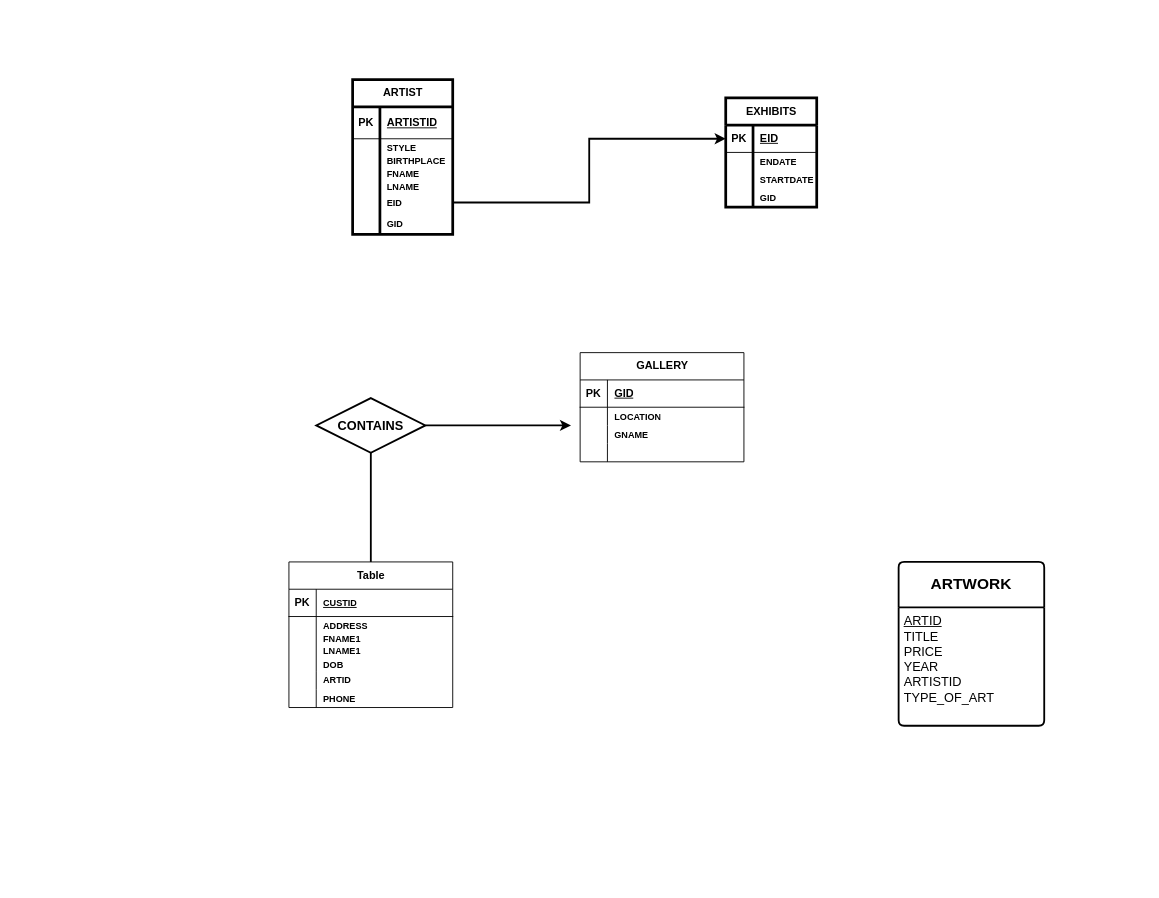
lalitdhimanth/4sem keeps this draw.io diagram as NEWDiagram.drawio. Above is the earlier version. Source tidied: cells renumbered, new cells numbered last; positions are measured from the earlier drawing's top-left corner, leaving out a move shared by most shapes. Both pictures are drawn from the tidied source at 91%, with x=0, y=0 at pixel (243, 15).
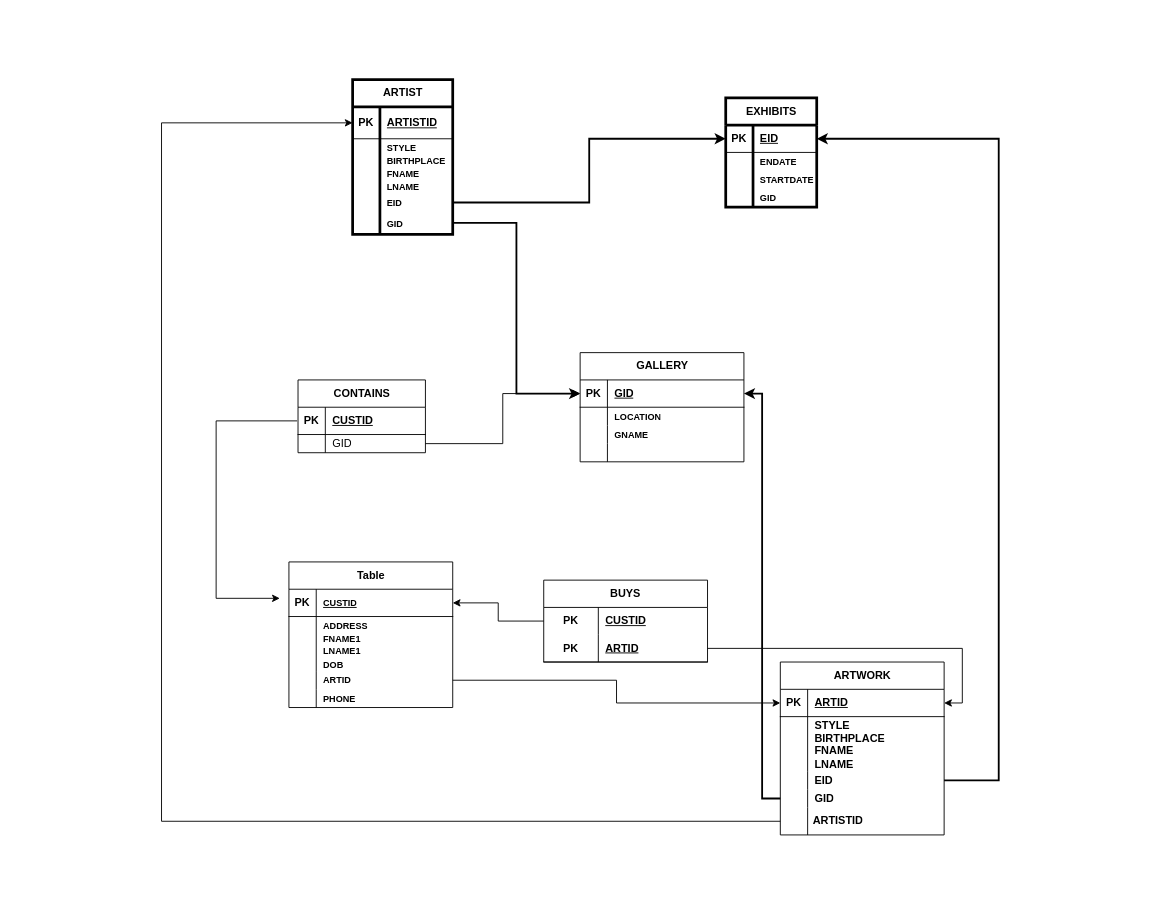
The same page after the edit.

Unchanged cells that the change refers to:
```xml
<mxCell id="9" style="shape=tableRow;horizontal=0;startSize=0;swimlaneHead=0;swimlaneBody=0;fillColor=none;points=[[0,0.5],[1,0.5]];portConstraint=eastwest;top=0;left=0;right=0;bottom=1;" parent="8" vertex="1">
  <mxGeometry y="30" width="110" height="35" as="geometry" />
</mxCell>
<mxCell id="18" style="shape=tableRow;horizontal=0;startSize=0;swimlaneHead=0;swimlaneBody=0;fillColor=none;points=[[0,0.5],[1,0.5]];portConstraint=eastwest;top=0;left=0;right=0;bottom=0;" parent="8" vertex="1">
  <mxGeometry y="145" width="110" height="25" as="geometry" />
</mxCell>
<mxCell id="22" style="shape=tableRow;horizontal=0;startSize=0;swimlaneHead=0;swimlaneBody=0;fillColor=none;points=[[0,0.5],[1,0.5]];portConstraint=eastwest;top=0;left=0;right=0;bottom=1;" parent="21" vertex="1">
  <mxGeometry y="30" width="100" height="30" as="geometry" />
</mxCell>
<mxCell id="36" style="shape=tableRow;horizontal=0;startSize=0;swimlaneHead=0;swimlaneBody=0;fillColor=none;points=[[0,0.5],[1,0.5]];portConstraint=eastwest;top=0;left=0;right=0;bottom=1;" parent="35" vertex="1">
  <mxGeometry y="30" width="180" height="30" as="geometry" />
</mxCell>
<mxCell id="49" style="shape=tableRow;horizontal=0;startSize=0;swimlaneHead=0;swimlaneBody=0;fillColor=none;points=[[0,0.5],[1,0.5]];portConstraint=eastwest;top=0;left=0;right=0;bottom=1;" parent="48" vertex="1">
  <mxGeometry y="30" width="180" height="30" as="geometry" />
</mxCell>
<mxCell id="55" style="shape=tableRow;horizontal=0;startSize=0;swimlaneHead=0;swimlaneBody=0;fillColor=none;points=[[0,0.5],[1,0.5]];portConstraint=eastwest;top=0;left=0;right=0;bottom=0;" parent="48" vertex="1">
  <mxGeometry y="120" width="180" height="20" as="geometry" />
</mxCell>
```

What changed in the source:
```diff
@@
-<mxGraphModel>
+<mxGraphModel background="#ffffff">
@@
-    <mxCell id="2" style="edgeStyle=orthogonalEdgeStyle;rounded=0;jettySize=auto;html=1;entryX=0;entryY=0.5;entryDx=0;entryDy=0;strokeWidth=2;" parent="1" edge="1" source="3">
-      <mxGeometry relative="1" as="geometry">
-        <mxPoint x="360" y="450" as="targetPoint" />
-      </mxGeometry>
-    </mxCell>
-    <mxCell id="3" value="&lt;font style=&quot;font-size: 14px;&quot;&gt;&lt;b&gt;CONTAINS&lt;/b&gt;&lt;/font&gt;" style="shape=rhombus;perimeter=rhombusPerimeter;whiteSpace=wrap;html=1;align=center;strokeWidth=2;" parent="1" vertex="1">
-      <mxGeometry x="80" y="420" width="120" height="60" as="geometry" />
-    </mxCell>
-    <mxCell id="4" value="&lt;font style=&quot;font-size: 17px;&quot;&gt;&lt;b&gt;ARTWORK&lt;/b&gt;&lt;/font&gt;" style="swimlane;horizontal=1;startSize=50;rounded=1;fontSize=14;fontStyle=0;strokeWidth=2;shadow=0;dashed=0;align=center;arcSize=4;whiteSpace=wrap;html=1;" parent="1" vertex="1">
-      <mxGeometry x="720" y="600" width="160" height="180" as="geometry" />
-    </mxCell>
-    <mxCell id="5" value="&lt;span style=&quot;font-size: 14px;&quot;&gt;&lt;u&gt;ARTID&lt;/u&gt;&lt;/span&gt;&lt;div&gt;&lt;span style=&quot;font-size: 14px;&quot;&gt;TITLE&lt;/span&gt;&lt;/div&gt;&lt;div&gt;&lt;span style=&quot;font-size: 14px;&quot;&gt;PRICE&lt;/span&gt;&lt;/div&gt;&lt;div&gt;&lt;span style=&quot;font-size: 14px;&quot;&gt;YEAR&lt;/span&gt;&lt;/div&gt;&lt;div&gt;&lt;span style=&quot;font-size: 14px;&quot;&gt;ARTISTID&lt;/span&gt;&lt;/div&gt;&lt;div&gt;&lt;span style=&quot;font-size: 14px;&quot;&gt;TYPE_OF_ART&lt;/span&gt;&lt;/div&gt;" style="align=left;strokeColor=none;fillColor=none;spacingLeft=4;fontSize=12;verticalAlign=top;html=1;" parent="4" vertex="1">
-      <mxGeometry y="50" width="160" height="130" as="geometry" />
-    </mxCell>
-    <mxCell id="6" style="endArrow=none;html=1;rounded=0;entryX=0.5;entryY=0;entryDx=0;entryDy=0;exitX=0.5;exitY=1;exitDx=0;exitDy=0;strokeWidth=2;" parent="1" edge="1" source="3">
-      <mxGeometry relative="1" as="geometry">
-        <mxPoint x="140" y="600" as="targetPoint" />
-      </mxGeometry>
-    </mxCell>
@@
+    <mxCell id="4" value="ARTWORK" style="shape=table;startSize=30;childLayout=tableLayout;rowLines=0;fontStyle=1;align=center;html=1;" parent="1" vertex="1">
+      <mxGeometry x="590" y="710" width="180" height="190" as="geometry" />
+    </mxCell>
+    <mxCell id="61" style="shape=tableRow;horizontal=0;startSize=0;swimlaneHead=0;swimlaneBody=0;fillColor=none;points=[[0,0.5],[1,0.5]];portConstraint=eastwest;top=0;left=0;right=0;bottom=1;" parent="4" vertex="1">
+      <mxGeometry y="30" width="180" height="30" as="geometry" />
+    </mxCell>
+    <mxCell id="62" value="PK" style="shape=partialRectangle;fillColor=none;top=0;left=0;bottom=0;right=0;fontStyle=1;overflow=hidden;whiteSpace=wrap;html=1;" parent="61" vertex="1">
+      <mxGeometry width="30" height="30" as="geometry" />
+    </mxCell>
+    <mxCell id="63" value="ARTID" style="shape=partialRectangle;fillColor=none;top=0;left=0;bottom=0;right=0;align=left;spacingLeft=6;fontStyle=5;overflow=hidden;whiteSpace=wrap;html=1;" parent="61" vertex="1">
+      <mxGeometry x="30" width="150" height="30" as="geometry" />
+    </mxCell>
+    <mxCell id="64" style="shape=tableRow;horizontal=0;startSize=0;swimlaneHead=0;swimlaneBody=0;fillColor=none;top=0;left=0;right=0;bottom=0;" parent="4" vertex="1">
+      <mxGeometry y="60" width="180" height="60" as="geometry" />
+    </mxCell>
+    <mxCell id="65" style="shape=partialRectangle;fillColor=none;top=0;left=0;bottom=0;right=0;overflow=hidden;whiteSpace=wrap;html=1;" parent="64" vertex="1">
+      <mxGeometry width="30" height="60" as="geometry" />
+    </mxCell>
+    <mxCell id="66" value="&lt;div style=&quot;text-wrap: nowrap;&quot;&gt;&lt;b&gt;STYLE&lt;/b&gt;&lt;/div&gt;&lt;div style=&quot;text-wrap: nowrap;&quot;&gt;&lt;b&gt;BIRTHPLACE&lt;/b&gt;&lt;/div&gt;&lt;div style=&quot;text-wrap: nowrap;&quot;&gt;&lt;b&gt;FNAME&lt;/b&gt;&lt;/div&gt;&lt;div style=&quot;text-wrap: nowrap;&quot;&gt;&lt;b&gt;LNAME&lt;/b&gt;&lt;/div&gt;" style="shape=partialRectangle;fillColor=none;top=0;left=0;bottom=0;right=0;align=left;spacingLeft=6;overflow=hidden;whiteSpace=wrap;html=1;" parent="64" vertex="1">
+      <mxGeometry x="30" width="150" height="60" as="geometry" />
+    </mxCell>
+    <mxCell id="67" style="shape=tableRow;horizontal=0;startSize=0;swimlaneHead=0;swimlaneBody=0;fillColor=none;points=[[0,0.5],[1,0.5]];portConstraint=eastwest;top=0;left=0;right=0;bottom=0;" parent="4" vertex="1">
+      <mxGeometry y="120" width="180" height="20" as="geometry" />
+    </mxCell>
+    <mxCell id="68" style="shape=partialRectangle;fillColor=none;top=0;left=0;bottom=0;right=0;overflow=hidden;whiteSpace=wrap;html=1;" parent="67" vertex="1">
+      <mxGeometry width="30" height="20" as="geometry" />
+    </mxCell>
+    <mxCell id="69" value="&lt;b&gt;EID&lt;/b&gt;" style="shape=partialRectangle;fillColor=none;top=0;left=0;bottom=0;right=0;align=left;spacingLeft=6;overflow=hidden;whiteSpace=wrap;html=1;" parent="67" vertex="1">
+      <mxGeometry x="30" width="150" height="20" as="geometry" />
+    </mxCell>
+    <mxCell id="70" style="shape=tableRow;horizontal=0;startSize=0;swimlaneHead=0;swimlaneBody=0;fillColor=none;points=[[0,0.5],[1,0.5]];portConstraint=eastwest;top=0;left=0;right=0;bottom=0;" parent="4" vertex="1">
+      <mxGeometry y="140" width="180" height="20" as="geometry" />
+    </mxCell>
+    <mxCell id="71" style="shape=partialRectangle;fillColor=none;top=0;left=0;bottom=0;right=0;overflow=hidden;whiteSpace=wrap;html=1;" parent="70" vertex="1">
+      <mxGeometry width="30" height="20" as="geometry" />
+    </mxCell>
+    <mxCell id="72" value="&lt;b&gt;GID&lt;/b&gt;" style="shape=partialRectangle;fillColor=none;top=0;left=0;bottom=0;right=0;align=left;spacingLeft=6;overflow=hidden;whiteSpace=wrap;html=1;" parent="70" vertex="1">
+      <mxGeometry x="30" width="150" height="20" as="geometry" />
+    </mxCell>
+    <mxCell id="73" style="edgeStyle=orthogonalEdgeStyle;rounded=0;jettySize=auto;html=1;entryX=0;entryY=0.5;entryDx=0;entryDy=0;" parent="1" edge="1" source="55" target="61">
+      <mxGeometry relative="1" as="geometry" />
+    </mxCell>
+    <mxCell id="74" style="edgeStyle=orthogonalEdgeStyle;rounded=0;jettySize=auto;html=1;entryX=1;entryY=0.5;entryDx=0;entryDy=0;strokeWidth=2;" parent="1" edge="1" source="70" target="36">
+      <mxGeometry relative="1" as="geometry" />
+    </mxCell>
+    <mxCell id="75" style="edgeStyle=orthogonalEdgeStyle;rounded=0;jettySize=auto;html=1;entryX=1;entryY=0.5;entryDx=0;entryDy=0;strokeWidth=2;" parent="1" edge="1" source="67" target="22">
+      <mxGeometry relative="1" as="geometry">
+        <Array as="points">
+          <mxPoint x="830" y="840" />
+          <mxPoint x="830" y="135" />
+        </Array>
+      </mxGeometry>
+    </mxCell>
+    <mxCell id="76" style="edgeStyle=orthogonalEdgeStyle;rounded=0;jettySize=auto;html=1;entryX=0;entryY=0.5;entryDx=0;entryDy=0;strokeWidth=2;" parent="1" edge="1" source="18" target="36">
+      <mxGeometry relative="1" as="geometry" />
+    </mxCell>
+    <mxCell id="77" style="edgeStyle=orthogonalEdgeStyle;rounded=0;orthogonalLoop=1;jettySize=auto;html=1;" parent="1" edge="1">
+      <mxGeometry relative="1" as="geometry">
+        <mxPoint x="59" y="445" as="sourcePoint" />
+        <mxPoint x="40" y="640" as="targetPoint" />
+        <Array as="points">
+          <mxPoint x="-30" y="445" />
+          <mxPoint x="-30" y="640" />
+        </Array>
+      </mxGeometry>
+    </mxCell>
+    <mxCell id="78" value="BUYS" style="shape=table;startSize=30;childLayout=tableLayout;rowLines=0;fontStyle=1;align=center;html=1;whiteSpace=wrap;" parent="1" vertex="1">
+      <mxGeometry x="330" y="620" width="180" height="90" as="geometry" />
+    </mxCell>
+    <mxCell id="79" style="shape=tableRow;horizontal=0;startSize=0;swimlaneHead=0;swimlaneBody=0;fillColor=none;points=[[0,0.5],[1,0.5]];portConstraint=eastwest;top=0;left=0;right=0;bottom=0;html=1;" parent="78" vertex="1">
+      <mxGeometry y="30" width="180" height="30" as="geometry" />
+    </mxCell>
+    <mxCell id="80" value="PK" style="shape=partialRectangle;fillColor=none;top=0;left=0;bottom=0;right=0;fontStyle=1;overflow=hidden;html=1;whiteSpace=wrap;" parent="79" vertex="1">
+      <mxGeometry width="60" height="30" as="geometry" />
+    </mxCell>
+    <mxCell id="81" value="CUSTID" style="shape=partialRectangle;fillColor=none;top=0;left=0;bottom=0;right=0;align=left;spacingLeft=6;fontStyle=5;overflow=hidden;html=1;whiteSpace=wrap;" parent="79" vertex="1">
+      <mxGeometry x="60" width="120" height="30" as="geometry" />
+    </mxCell>
+    <mxCell id="82" style="shape=tableRow;horizontal=0;startSize=0;swimlaneHead=0;swimlaneBody=0;fillColor=none;points=[[0,0.5],[1,0.5]];portConstraint=eastwest;top=0;left=0;right=0;bottom=1;html=1;" parent="78" vertex="1">
+      <mxGeometry y="60" width="180" height="30" as="geometry" />
+    </mxCell>
+    <mxCell id="83" value="PK" style="shape=partialRectangle;fillColor=none;top=0;left=0;bottom=0;right=0;fontStyle=1;overflow=hidden;html=1;whiteSpace=wrap;" parent="82" vertex="1">
+      <mxGeometry width="60" height="30" as="geometry" />
+    </mxCell>
+    <mxCell id="84" value="ARTID" style="shape=partialRectangle;fillColor=none;top=0;left=0;bottom=0;right=0;align=left;spacingLeft=6;fontStyle=5;overflow=hidden;html=1;whiteSpace=wrap;" parent="82" vertex="1">
+      <mxGeometry x="60" width="120" height="30" as="geometry" />
+    </mxCell>
+    <mxCell id="85" style="edgeStyle=orthogonalEdgeStyle;rounded=0;jettySize=auto;html=1;entryX=1;entryY=0.5;entryDx=0;entryDy=0;" parent="1" edge="1" source="79" target="49">
+      <mxGeometry relative="1" as="geometry" />
+    </mxCell>
+    <mxCell id="86" style="edgeStyle=orthogonalEdgeStyle;rounded=0;jettySize=auto;html=1;entryX=1;entryY=0.5;entryDx=0;entryDy=0;" parent="1" edge="1" source="82" target="61">
+      <mxGeometry relative="1" as="geometry" />
+    </mxCell>
+    <mxCell id="3" value="CONTAINS" style="shape=table;startSize=30;childLayout=tableLayout;rowLines=0;fontStyle=1;align=center;html=1;" parent="1" vertex="1">
+      <mxGeometry x="60" y="400" width="140" height="80" as="geometry" />
+    </mxCell>
+    <mxCell id="87" style="shape=tableRow;horizontal=0;startSize=0;swimlaneHead=0;swimlaneBody=0;fillColor=none;top=0;left=0;right=0;bottom=1;" parent="3" vertex="1">
+      <mxGeometry y="30" width="140" height="30" as="geometry" />
+    </mxCell>
+    <mxCell id="88" value="PK" style="shape=partialRectangle;fillColor=none;top=0;left=0;bottom=0;right=0;fontStyle=1;overflow=hidden;whiteSpace=wrap;html=1;" parent="87" vertex="1">
+      <mxGeometry width="30" height="30" as="geometry" />
+    </mxCell>
+    <mxCell id="89" value="CUSTID" style="shape=partialRectangle;fillColor=none;top=0;left=0;bottom=0;right=0;align=left;spacingLeft=6;fontStyle=5;overflow=hidden;whiteSpace=wrap;html=1;" parent="87" vertex="1">
+      <mxGeometry x="30" width="110" height="30" as="geometry" />
+    </mxCell>
+    <mxCell id="90" style="shape=tableRow;horizontal=0;startSize=0;swimlaneHead=0;swimlaneBody=0;fillColor=none;points=[[0,0.5],[1,0.5]];portConstraint=eastwest;top=0;left=0;right=0;bottom=0;" parent="3" vertex="1">
+      <mxGeometry y="60" width="140" height="20" as="geometry" />
+    </mxCell>
+    <mxCell id="91" style="shape=partialRectangle;fillColor=none;top=0;left=0;bottom=0;right=0;overflow=hidden;whiteSpace=wrap;html=1;" parent="90" vertex="1">
+      <mxGeometry width="30" height="20" as="geometry" />
+    </mxCell>
+    <mxCell id="92" value="GID" style="shape=partialRectangle;fillColor=none;top=0;left=0;bottom=0;right=0;align=left;spacingLeft=6;overflow=hidden;whiteSpace=wrap;html=1;" parent="90" vertex="1">
+      <mxGeometry x="30" width="110" height="20" as="geometry" />
+    </mxCell>
+    <mxCell id="93" style="edgeStyle=orthogonalEdgeStyle;rounded=0;jettySize=auto;html=1;entryX=0;entryY=0.5;entryDx=0;entryDy=0;" parent="1" edge="1" source="90" target="36">
+      <mxGeometry relative="1" as="geometry" />
+    </mxCell>
+    <mxCell id="94" value="&amp;nbsp;" style="text;strokeColor=none;fillColor=none;spacingLeft=4;spacingRight=4;overflow=hidden;fontSize=12;whiteSpace=wrap;html=1;" parent="1" vertex="1">
+      <mxGeometry x="950" y="920" width="40" height="30" as="geometry" />
+    </mxCell>
+    <mxCell id="95" value="&amp;nbsp;" style="text;strokeColor=none;fillColor=none;spacingLeft=4;spacingRight=4;overflow=hidden;fontSize=12;whiteSpace=wrap;html=1;" parent="1" vertex="1">
+      <mxGeometry x="950" y="30" width="40" height="30" as="geometry" />
+    </mxCell>
+    <mxCell id="96" value="&amp;nbsp;" style="text;strokeColor=none;fillColor=none;spacingLeft=4;spacingRight=4;overflow=hidden;fontSize=12;whiteSpace=wrap;html=1;" parent="1" vertex="1">
+      <mxGeometry x="-250" y="41" width="40" height="30" as="geometry" />
+    </mxCell>
+    <mxCell id="97" style="endArrow=none;html=1;rounded=0;" parent="1" edge="1">
+      <mxGeometry relative="1" as="geometry">
+        <mxPoint x="620" y="870" as="sourcePoint" />
+        <mxPoint x="620" y="900" as="targetPoint" />
+      </mxGeometry>
+    </mxCell>
+    <mxCell id="98" style="edgeStyle=orthogonalEdgeStyle;rounded=0;jettySize=auto;html=1;entryX=0;entryY=0.5;entryDx=0;entryDy=0;" parent="1" edge="1" source="99" target="9">
+      <mxGeometry relative="1" as="geometry">
+        <Array as="points">
+          <mxPoint x="-90" y="885" />
+          <mxPoint x="-90" y="118" />
+        </Array>
+      </mxGeometry>
+    </mxCell>
+    <mxCell id="99" value="&lt;b&gt;&amp;nbsp; &amp;nbsp; &amp;nbsp; &amp;nbsp; &amp;nbsp;ARTISTID&lt;/b&gt;" style="text;strokeColor=none;fillColor=none;spacingLeft=4;spacingRight=4;overflow=hidden;points=[[0,0.5],[1,0.5]];portConstraint=eastwest;fontSize=12;whiteSpace=wrap;html=1;" parent="1" vertex="1">
+      <mxGeometry x="590" y="870" width="180" height="30" as="geometry" />
+    </mxCell>
```
